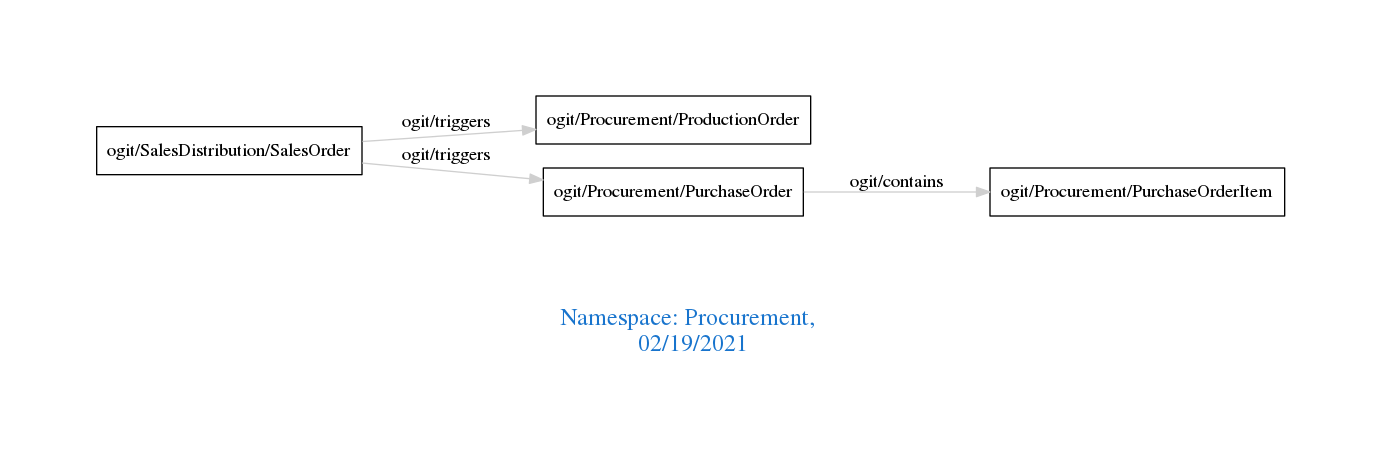
Earlier version of the Graphviz export downloads/Procurement.png (arago/OGIT). Its source is kept beside it as downloads/Procurement.dot.
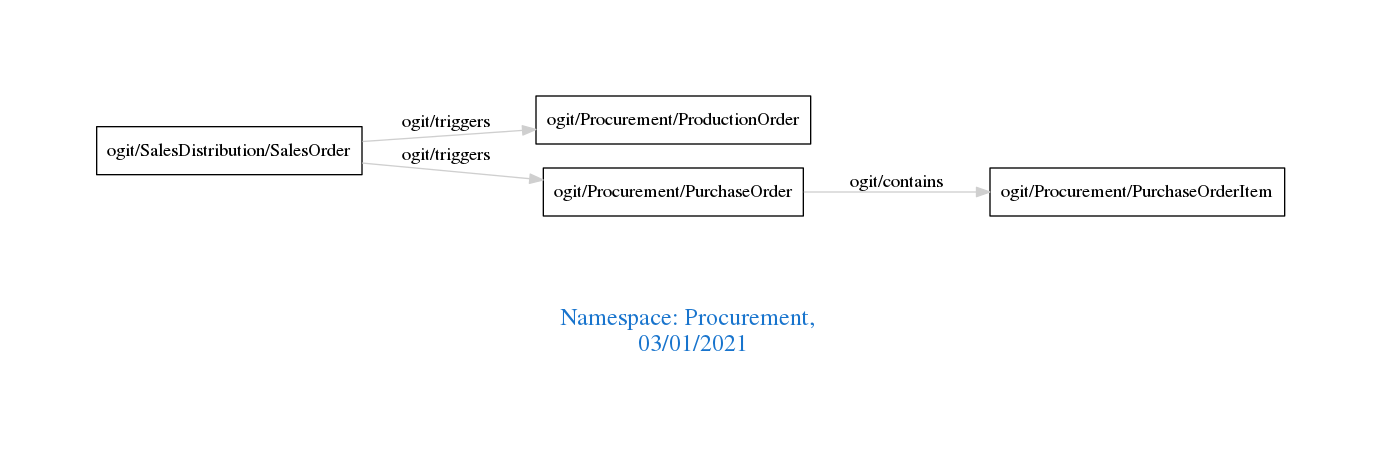
Above is the later version.

Change to the diagram source:
```diff
@@ -1,7 +1,7 @@
 digraph OGIT_ontology {
  graph [ rankdir= LR,pad=1
 fontsize = 18,
-fontcolor= dodgerblue3,label = "\n\n\nNamespace: Procurement, \n 02/19/2021"];
+fontcolor= dodgerblue3,label = "\n\n\nNamespace: Procurement, \n 03/01/2021"];
 node[shape=polygon];
 edge [  color="gray81"];
 
```
